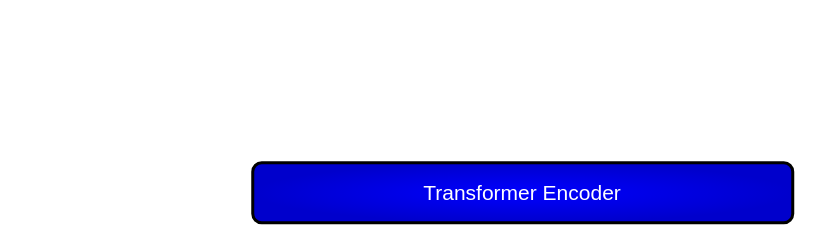
This is Microsopic Fungi.drawio from a3X3k/-Random-, a draw.io file, before an edit. Source tidied: cells renumbered, new cells numbered last; positions are measured from the earlier drawing's top-left corner, leaving out a move shared by most shapes. Both pictures are drawn from the tidied source at 150%, with x=0, y=0 at pixel (252, 162).
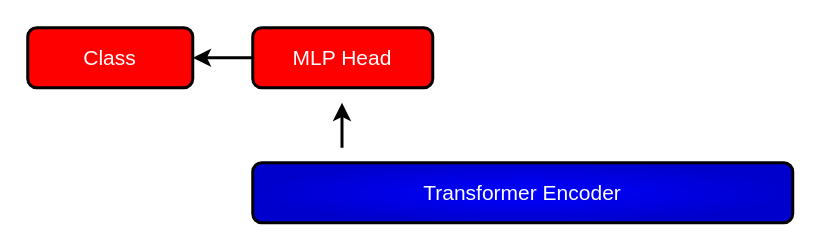
The same page after the edit.

The edit, as a diff of the source:
```diff
@@
 <mxGraphModel>
   <root>
     <mxCell id="0" />
     <mxCell id="1" parent="0" />
     <mxCell id="2" value="Transformer Encoder" style="rounded=1;whiteSpace=wrap;html=1;strokeWidth=2;fillColor=#0000FF;fontSize=14;glass=0;shadow=0;perimeterSpacing=0;fontColor=#FFFFFF;gradientColor=#0000CC;gradientDirection=radial;fontStyle=0;" parent="1" vertex="1">
       <mxGeometry width="360" height="40" as="geometry" />
     </mxCell>
+    <mxCell id="3" style="edgeStyle=orthogonalEdgeStyle;rounded=0;orthogonalLoop=1;jettySize=auto;html=1;strokeWidth=2;startArrow=classic;startFill=1;endArrow=none;endFill=0;" parent="1" edge="1">
+      <mxGeometry relative="1" as="geometry">
+        <mxPoint x="59.5" y="-40" as="sourcePoint" />
+        <mxPoint x="59.5" y="-10" as="targetPoint" />
+      </mxGeometry>
+    </mxCell>
+    <mxCell id="4" style="edgeStyle=orthogonalEdgeStyle;rounded=0;jettySize=auto;html=1;exitX=0;exitY=0.5;exitDx=0;exitDy=0;strokeWidth=2;" parent="1" edge="1" source="5">
+      <mxGeometry relative="1" as="geometry">
+        <mxPoint x="-40" y="-70" as="targetPoint" />
+      </mxGeometry>
+    </mxCell>
+    <mxCell id="5" value="MLP Head" style="rounded=1;whiteSpace=wrap;html=1;strokeWidth=2;fillColor=#FF0000;fontSize=14;glass=0;shadow=0;perimeterSpacing=0;fontColor=#FFFFFF;gradientColor=#FF0000;gradientDirection=radial;fontStyle=0;" parent="1" vertex="1">
+      <mxGeometry y="-90" width="120" height="40" as="geometry" />
+    </mxCell>
+    <mxCell id="6" value="Class" style="rounded=1;whiteSpace=wrap;html=1;strokeWidth=2;fillColor=#FF0000;fontSize=14;glass=0;shadow=0;perimeterSpacing=0;fontColor=#FFFFFF;gradientColor=#FF0000;gradientDirection=radial;fontStyle=0;" parent="1" vertex="1">
+      <mxGeometry x="-150" y="-90" width="110" height="40" as="geometry" />
+    </mxCell>
   </root>
 </mxGraphModel>
```
